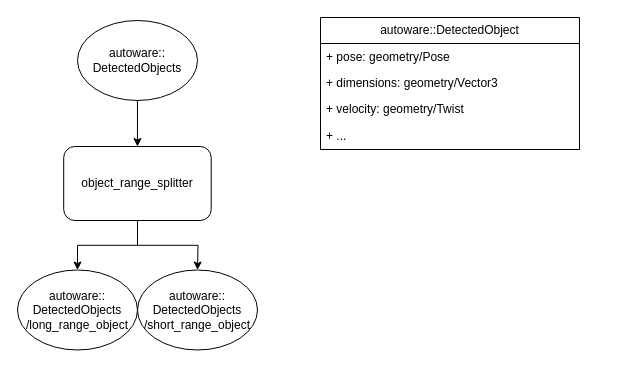
Earlier version of the draw.io diagram object_range_splitter.drawio (gonheeee/Drawio.Autoware). Source tidied: cells renumbered, new cells numbered last; positions are measured from the earlier drawing's top-left corner, leaving out a move shared by most shapes. Both pictures are drawn from the tidied source at 100%, with x=0, y=0 at pixel (17, 17).
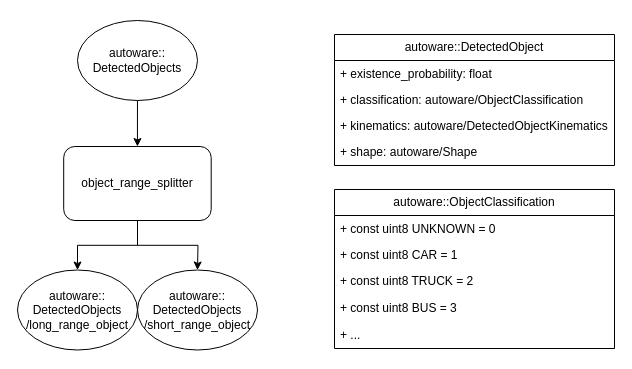
Above is the later version.

What changed in the source:
```diff
@@
     <mxCell id="9" value="autoware::DetectedObject" style="swimlane;fontStyle=0;horizontal=1;startSize=26;fillColor=none;whiteSpace=wrap;html=1;" parent="1" vertex="1">
-      <mxGeometry x="303" width="259" height="132" as="geometry" />
+      <mxGeometry x="317" y="17" width="280" height="131" as="geometry" />
     </mxCell>
-    <mxCell id="10" value="+ pose: geometry/Pose" style="text;strokeColor=none;fillColor=none;align=left;verticalAlign=top;spacingLeft=4;spacingRight=4;overflow=hidden;whiteSpace=wrap;html=1;" parent="9" vertex="1">
-      <mxGeometry y="26" width="259" height="26" as="geometry" />
+    <mxCell id="10" value="+ existence_probability: float" style="text;strokeColor=none;fillColor=none;align=left;verticalAlign=top;spacingLeft=4;spacingRight=4;overflow=hidden;whiteSpace=wrap;html=1;" parent="9" vertex="1">
+      <mxGeometry y="26" width="280" height="26" as="geometry" />
     </mxCell>
+    <mxCell id="14" value="+ classification: autoware/ObjectClassification" style="text;strokeColor=none;fillColor=none;align=left;verticalAlign=top;spacingLeft=4;spacingRight=4;overflow=hidden;whiteSpace=wrap;html=1;" parent="9" vertex="1">
+      <mxGeometry y="52" width="280" height="26" as="geometry" />
+    </mxCell>
-    <mxCell id="11" value="+ dimensions: geometry/Vector3" style="text;strokeColor=none;fillColor=none;align=left;verticalAlign=top;spacingLeft=4;spacingRight=4;overflow=hidden;whiteSpace=wrap;html=1;" parent="9" vertex="1">
-      <mxGeometry y="52" width="259" height="26" as="geometry" />
+    <mxCell id="11" value="+ kinematics: autoware/DetectedObjectKinematics" style="text;strokeColor=none;fillColor=none;align=left;verticalAlign=top;spacingLeft=4;spacingRight=4;overflow=hidden;whiteSpace=wrap;html=1;" parent="9" vertex="1">
+      <mxGeometry y="78" width="280" height="26" as="geometry" />
     </mxCell>
-    <mxCell id="12" value="+ velocity: geometry/Twist" style="text;strokeColor=none;fillColor=none;align=left;verticalAlign=top;spacingLeft=4;spacingRight=4;overflow=hidden;whiteSpace=wrap;html=1;" parent="9" vertex="1">
-      <mxGeometry y="78" width="259" height="27" as="geometry" />
+    <mxCell id="12" value="+ shape: autoware/Shape" style="text;strokeColor=none;fillColor=none;align=left;verticalAlign=top;spacingLeft=4;spacingRight=4;overflow=hidden;whiteSpace=wrap;html=1;" parent="9" vertex="1">
+      <mxGeometry y="104" width="280" height="27" as="geometry" />
     </mxCell>
+    <mxCell id="15" value="autoware::ObjectClassification" style="swimlane;fontStyle=0;horizontal=1;startSize=26;fillColor=none;whiteSpace=wrap;html=1;" parent="1" vertex="1">
+      <mxGeometry x="317" y="172" width="280" height="159" as="geometry" />
+    </mxCell>
+    <mxCell id="16" value="+ const uint8 UNKNOWN = 0" style="text;strokeColor=none;fillColor=none;align=left;verticalAlign=top;spacingLeft=4;spacingRight=4;overflow=hidden;whiteSpace=wrap;html=1;" parent="15" vertex="1">
+      <mxGeometry y="26" width="280" height="26" as="geometry" />
+    </mxCell>
+    <mxCell id="17" value="+ const uint8 CAR = 1" style="text;strokeColor=none;fillColor=none;align=left;verticalAlign=top;spacingLeft=4;spacingRight=4;overflow=hidden;whiteSpace=wrap;html=1;" parent="15" vertex="1">
+      <mxGeometry y="52" width="280" height="26" as="geometry" />
+    </mxCell>
+    <mxCell id="18" value="+ const uint8 TRUCK = 2" style="text;strokeColor=none;fillColor=none;align=left;verticalAlign=top;spacingLeft=4;spacingRight=4;overflow=hidden;whiteSpace=wrap;html=1;" parent="15" vertex="1">
+      <mxGeometry y="78" width="280" height="27" as="geometry" />
+    </mxCell>
+    <mxCell id="19" value="+ const uint8 BUS = 3" style="text;strokeColor=none;fillColor=none;align=left;verticalAlign=top;spacingLeft=4;spacingRight=4;overflow=hidden;whiteSpace=wrap;html=1;" parent="15" vertex="1">
+      <mxGeometry y="105" width="280" height="27" as="geometry" />
+    </mxCell>
-    <mxCell id="13" value="+ ..." style="text;strokeColor=none;fillColor=none;align=left;verticalAlign=top;spacingLeft=4;spacingRight=4;overflow=hidden;whiteSpace=wrap;html=1;" parent="9" vertex="1">
-      <mxGeometry y="105" width="259" height="27" as="geometry" />
+    <mxCell id="13" value="+ ..." style="text;strokeColor=none;fillColor=none;align=left;verticalAlign=top;spacingLeft=4;spacingRight=4;overflow=hidden;whiteSpace=wrap;html=1;" parent="15" vertex="1">
+      <mxGeometry y="132" width="280" height="27" as="geometry" />
     </mxCell>
```
